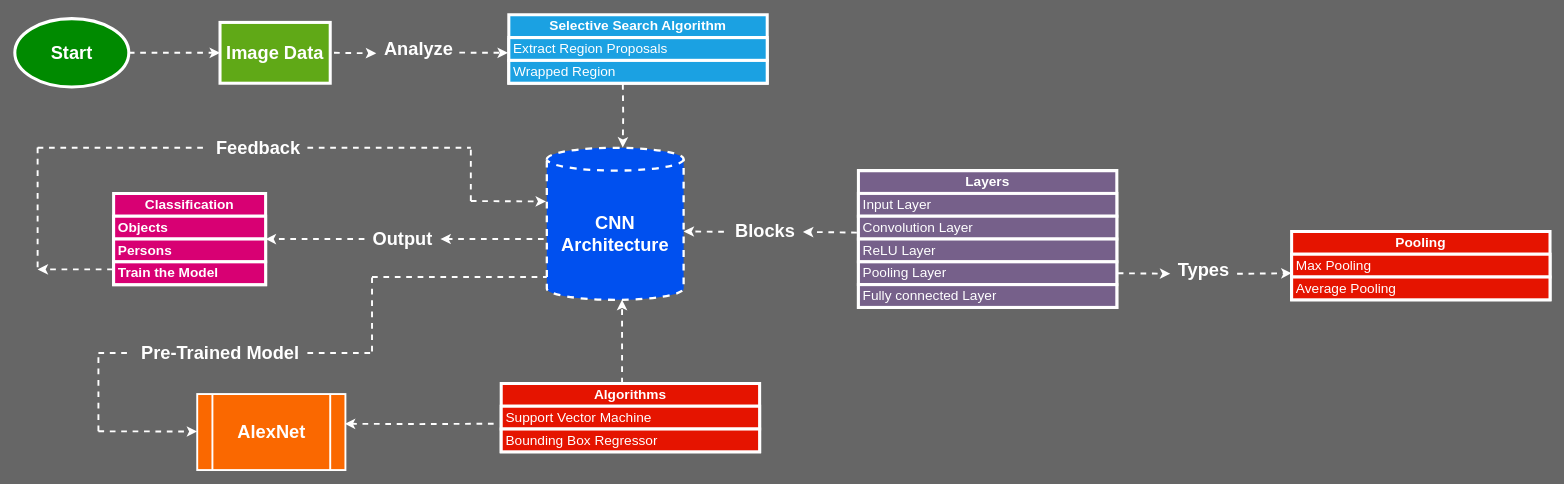
This is page "R-CNN" (2 of 2) of FYP-workflow.drawio from sanils2002/Final-Year-Project, a draw.io file, before an edit. Source tidied: cells renumbered, new cells numbered last; positions are measured from the earlier drawing's top-left corner, leaving out a move shared by most shapes. Both pictures are drawn from the tidied source at 76%, with x=0, y=0 at pixel (14, 14).
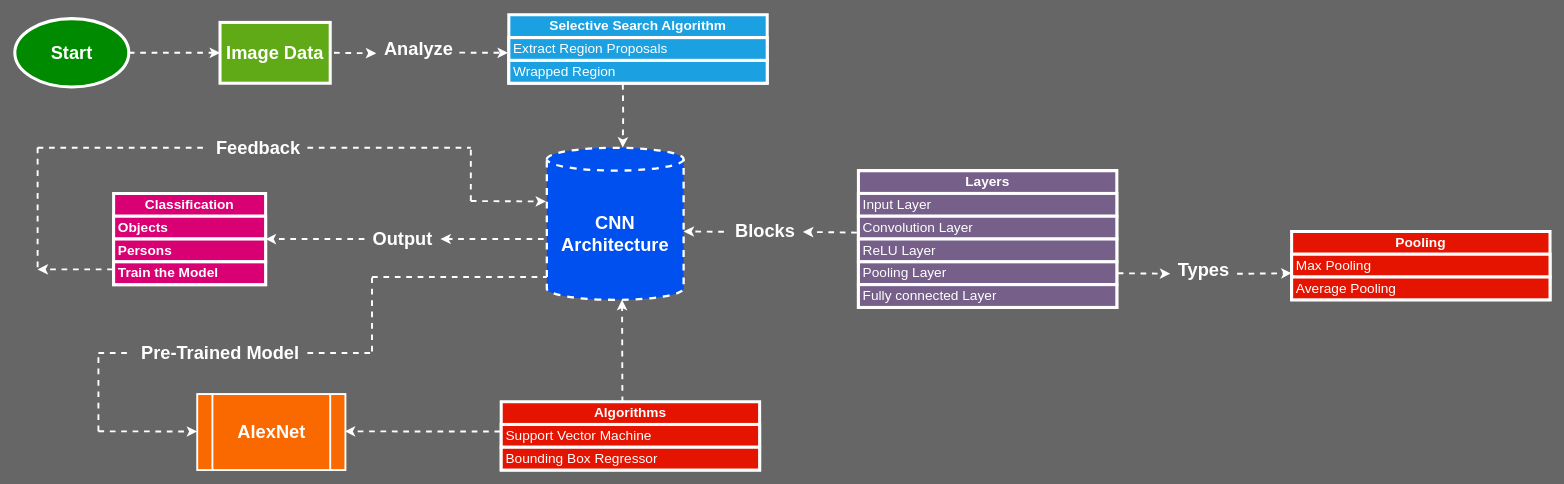
The same diagram, later.

Unchanged cells that the change refers to:
```xml
<mxCell id="43" value="&lt;font style=&quot;font-size: 18px;&quot;&gt;Support Vector Machine&lt;/font&gt;" style="text;strokeColor=#FFFFFF;fillColor=#e51400;align=left;verticalAlign=middle;spacingLeft=4;spacingRight=4;overflow=hidden;points=[[0,0.5],[1,0.5]];portConstraint=eastwest;whiteSpace=wrap;html=1;fontColor=#ffffff;strokeWidth=4;" parent="42" vertex="1">
  <mxGeometry y="30" width="340" height="30" as="geometry" />
</mxCell>
<mxCell id="46" value="&lt;font style=&quot;font-size: 24px;&quot; color=&quot;#ffffff&quot;&gt;&lt;b&gt;AlexNet&lt;/b&gt;&lt;/font&gt;" style="shape=process;whiteSpace=wrap;html=1;backgroundOutline=1;fillColor=#fa6800;fontColor=#000000;strokeColor=#FFFFFF;strokeWidth=2.5;" parent="1" vertex="1">
  <mxGeometry x="240" y="499" width="195" height="100" as="geometry" />
</mxCell>
```

What changed in the source:
```diff
@@
     <mxCell id="42" value="&lt;font style=&quot;font-size: 18px;&quot;&gt;&lt;b&gt;Algorithms&lt;/b&gt;&lt;/font&gt;" style="swimlane;fontStyle=0;horizontal=1;startSize=30;whiteSpace=wrap;html=1;fillColor=#e51400;strokeColor=#FFFFFF;strokeWidth=4;fontColor=#ffffff;" parent="1" vertex="1">
-      <mxGeometry x="640" y="485" width="340" height="90" as="geometry" />
+      <mxGeometry x="640" y="509" width="340" height="90" as="geometry" />
     </mxCell>
@@
-    <mxCell id="45" style="edgeStyle=orthogonalEdgeStyle;rounded=0;orthogonalLoop=1;jettySize=auto;html=1;strokeWidth=2.5;strokeColor=#FFFFFF;dashed=1;" parent="1" edge="1">
+    <mxCell id="45" style="edgeStyle=orthogonalEdgeStyle;rounded=0;jettySize=auto;html=1;strokeWidth=2.5;strokeColor=#FFFFFF;dashed=1;exitX=0.469;exitY=0.007;exitDx=0;exitDy=0;exitPerimeter=0;" parent="1" edge="1" source="42">
       <mxGeometry relative="1" as="geometry">
-        <mxPoint x="799" y="485" as="sourcePoint" />
         <mxPoint x="799" y="375" as="targetPoint" />
       </mxGeometry>
     </mxCell>
@@
-    <mxCell id="47" style="edgeStyle=orthogonalEdgeStyle;rounded=0;jettySize=auto;html=1;strokeWidth=2.5;strokeColor=#FFFFFF;dashed=1;entryX=0.996;entryY=0.391;entryDx=0;entryDy=0;entryPerimeter=0;" parent="1" edge="1" target="46">
+    <mxCell id="47" style="edgeStyle=orthogonalEdgeStyle;rounded=0;jettySize=auto;html=1;strokeWidth=2.5;strokeColor=#FFFFFF;dashed=1;entryX=0.996;entryY=0.391;entryDx=0;entryDy=0;entryPerimeter=0;exitX=-0.004;exitY=0.306;exitDx=0;exitDy=0;exitPerimeter=0;" parent="1" edge="1" source="43">
       <mxGeometry relative="1" as="geometry">
-        <mxPoint x="630" y="538" as="sourcePoint" />
+        <mxPoint x="434.2" y="548.1" as="targetPoint" />
       </mxGeometry>
     </mxCell>
```
